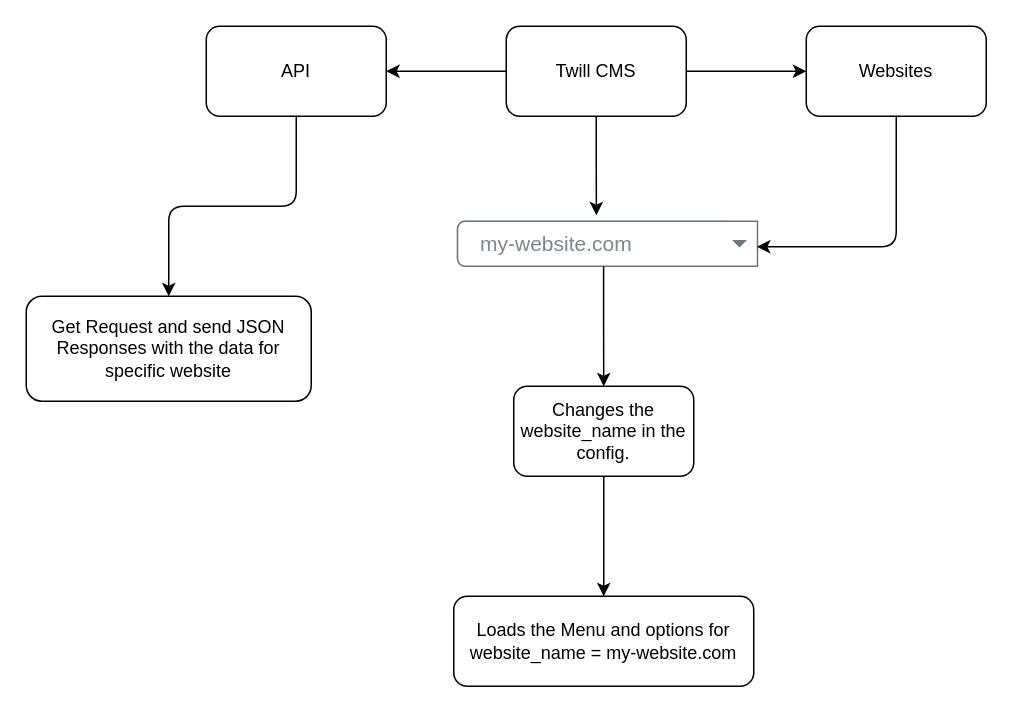
Before: headless-cms-solution-with-php-laravel.drawio in gulbitz/diagrams.net, a draw.io diagram. Source tidied: cells renumbered, new cells numbered last; positions are measured from the earlier drawing's top-left corner, leaving out a move shared by most shapes. Both pictures are drawn from the tidied source at 150%, with x=0, y=0 at pixel (26, 26).
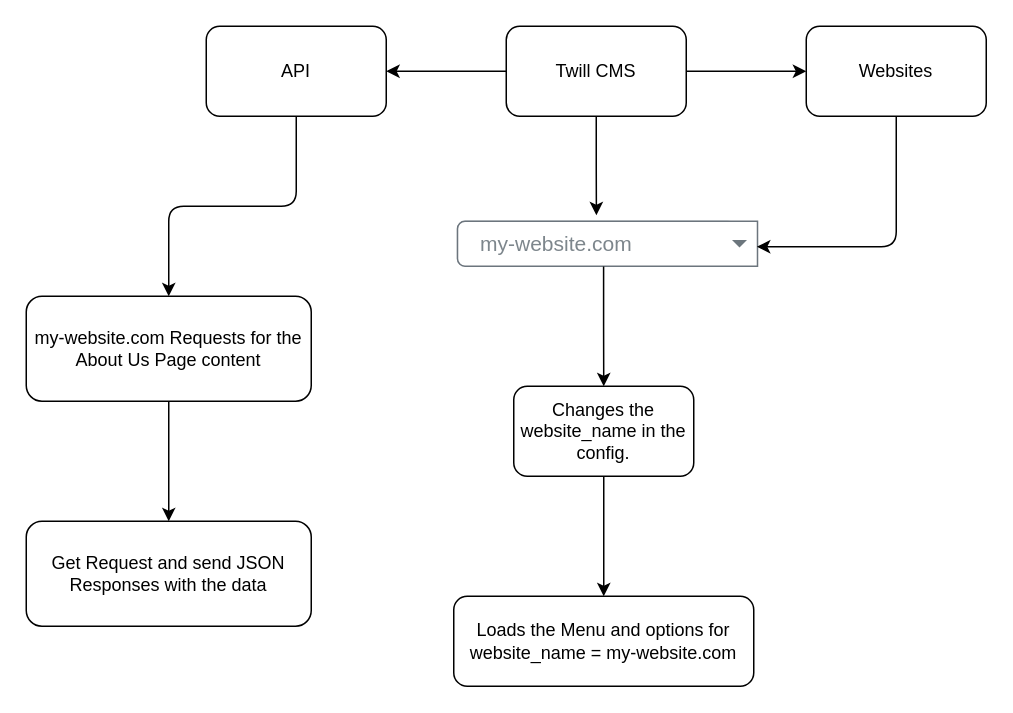
Above is the later version.

Change to the diagram source:
```diff
@@
+    <mxCell id="18" style="edgeStyle=orthogonalEdgeStyle;rounded=0;jettySize=auto;html=1;" parent="1" edge="1" source="17" target="19">
+      <mxGeometry relative="1" as="geometry" />
+    </mxCell>
-    <mxCell id="17" value="Get Request and send JSON Responses with the data for specific website" style="rounded=1;whiteSpace=wrap;html=1;" parent="1" vertex="1">
+    <mxCell id="17" value="my-website.com Requests for the About Us Page content" style="rounded=1;whiteSpace=wrap;html=1;" parent="1" vertex="1">
       <mxGeometry y="180" width="190" height="70" as="geometry" />
     </mxCell>
+    <mxCell id="19" value="Get Request and send JSON Responses with the data" style="rounded=1;whiteSpace=wrap;html=1;" parent="1" vertex="1">
+      <mxGeometry y="330" width="190" height="70" as="geometry" />
+    </mxCell>
```
